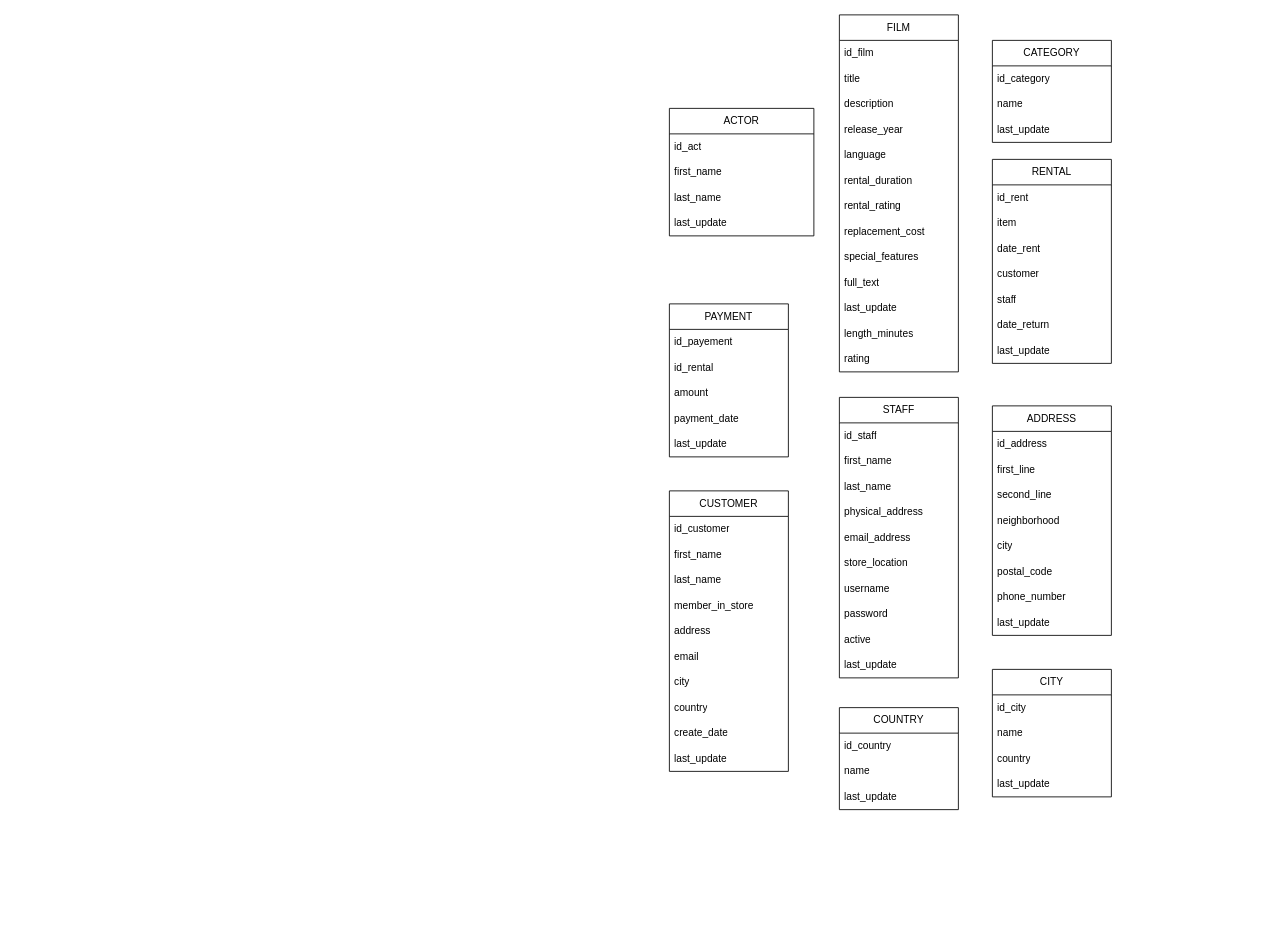
Before: Diagramme sans nom.drawio in DATAClub23/Data-Engineering-Project-I, a draw.io diagram. Source tidied: cells renumbered, new cells numbered last; positions are measured from the earlier drawing's top-left corner, leaving out a move shared by most shapes. Both pictures are drawn from the tidied source at 85%, with x=0, y=0 at pixel (669, 14).
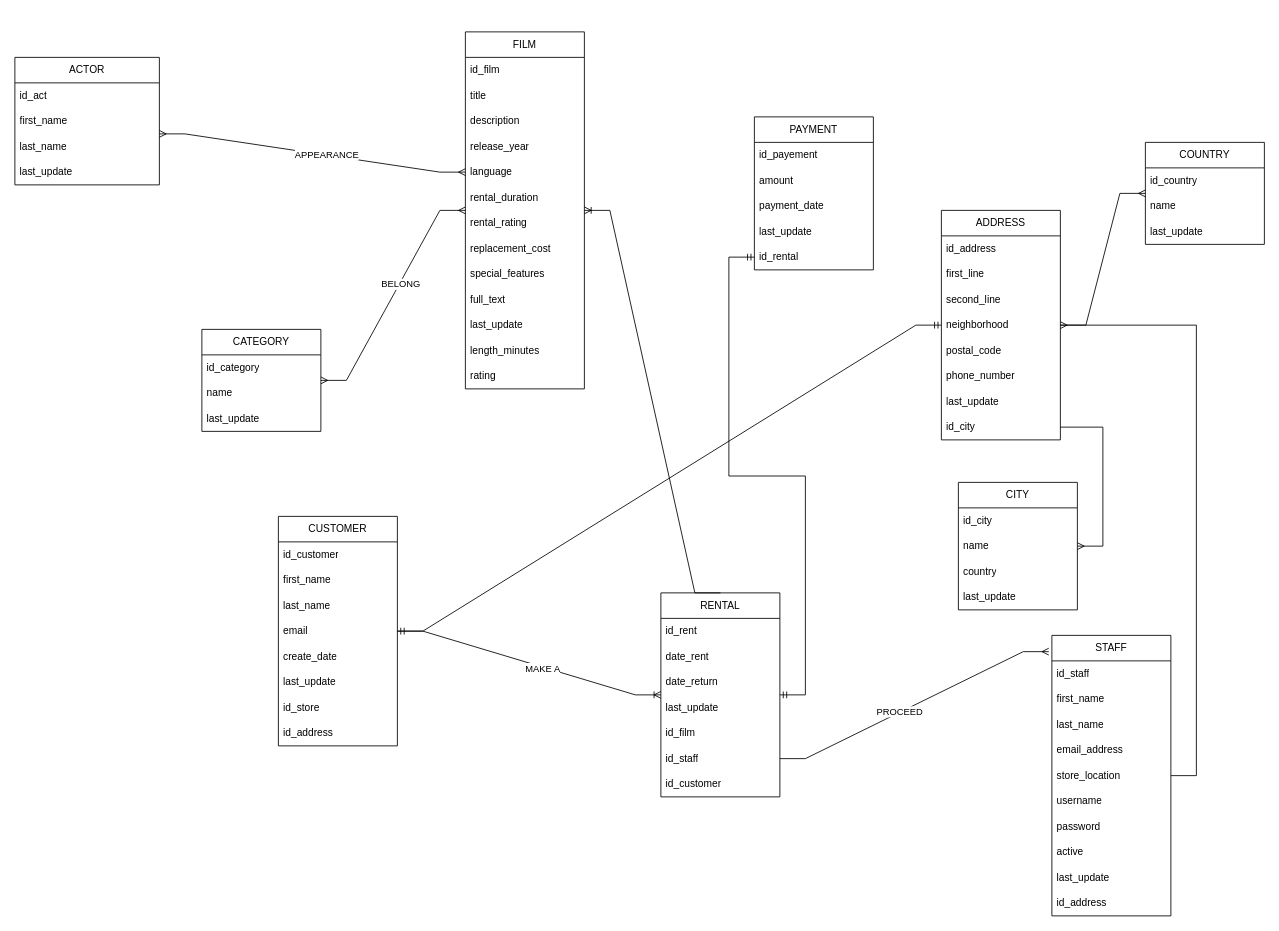
The same page after the edit.

The change refers to these unchanged cells:
```xml
<mxCell id="5" value="last_name" style="text;strokeColor=none;fillColor=none;align=left;verticalAlign=middle;spacingLeft=4;spacingRight=4;overflow=hidden;points=[[0,0.5],[1,0.5]];portConstraint=eastwest;whiteSpace=wrap;html=1;" parent="2" vertex="1">
  <mxGeometry y="90" width="170" height="30" as="geometry" />
</mxCell>
<mxCell id="12" value="language" style="text;strokeColor=none;fillColor=none;align=left;verticalAlign=middle;spacingLeft=4;spacingRight=4;overflow=hidden;points=[[0,0.5],[1,0.5]];portConstraint=eastwest;whiteSpace=wrap;html=1;" parent="7" vertex="1">
  <mxGeometry y="150" width="140" height="30" as="geometry" />
</mxCell>
```

What changed in the source:
```diff
@@
     <mxCell id="2" value="ACTOR" style="swimlane;fontStyle=0;horizontal=1;startSize=30;whiteSpace=wrap;html=1;" parent="1" vertex="1">
-      <mxGeometry y="110" width="170" height="150" as="geometry" />
+      <mxGeometry x="-770" y="50" width="170" height="150" as="geometry" />
     </mxCell>
@@
     <mxCell id="7" value="FILM" style="swimlane;fontStyle=0;horizontal=1;startSize=30;whiteSpace=wrap;html=1;" parent="1" vertex="1">
-      <mxGeometry x="200" width="140" height="420" as="geometry" />
+      <mxGeometry x="-240" y="20" width="140" height="420" as="geometry" />
     </mxCell>
@@
     <mxCell id="21" value="CATEGORY" style="swimlane;fontStyle=0;horizontal=1;startSize=30;whiteSpace=wrap;html=1;" parent="1" vertex="1">
-      <mxGeometry x="380" y="30" width="140" height="120" as="geometry" />
+      <mxGeometry x="-550" y="370" width="140" height="120" as="geometry" />
     </mxCell>
@@
     <mxCell id="25" value="RENTAL" style="swimlane;fontStyle=0;horizontal=1;startSize=30;whiteSpace=wrap;html=1;" parent="1" vertex="1">
-      <mxGeometry x="380" y="170" width="140" height="240" as="geometry" />
+      <mxGeometry x="-10" y="680" width="140" height="240" as="geometry" />
     </mxCell>
@@
-    <mxCell id="27" value="item" style="text;strokeColor=none;fillColor=none;align=left;verticalAlign=middle;spacingLeft=4;spacingRight=4;overflow=hidden;whiteSpace=wrap;html=1;" parent="25" vertex="1">
-      <mxGeometry y="60" width="140" height="30" as="geometry" />
-    </mxCell>
     <mxCell id="28" value="date_rent" style="text;strokeColor=none;fillColor=none;align=left;verticalAlign=middle;spacingLeft=4;spacingRight=4;overflow=hidden;whiteSpace=wrap;html=1;" parent="25" vertex="1">
-      <mxGeometry y="90" width="140" height="30" as="geometry" />
+      <mxGeometry y="60" width="140" height="30" as="geometry" />
     </mxCell>
-    <mxCell id="29" value="customer" style="text;strokeColor=none;fillColor=none;align=left;verticalAlign=middle;spacingLeft=4;spacingRight=4;overflow=hidden;whiteSpace=wrap;html=1;" parent="25" vertex="1">
-      <mxGeometry y="120" width="140" height="30" as="geometry" />
-    </mxCell>
-    <mxCell id="30" value="staff" style="text;strokeColor=none;fillColor=none;align=left;verticalAlign=middle;spacingLeft=4;spacingRight=4;overflow=hidden;points=[[0,0.5],[1,0.5]];portConstraint=eastwest;whiteSpace=wrap;html=1;" parent="25" vertex="1">
-      <mxGeometry y="150" width="140" height="30" as="geometry" />
-    </mxCell>
     <mxCell id="31" value="date_return" style="text;strokeColor=none;fillColor=none;align=left;verticalAlign=middle;spacingLeft=4;spacingRight=4;overflow=hidden;whiteSpace=wrap;html=1;" parent="25" vertex="1">
-      <mxGeometry y="180" width="140" height="30" as="geometry" />
+      <mxGeometry y="90" width="140" height="30" as="geometry" />
     </mxCell>
     <mxCell id="32" value="last_update" style="text;strokeColor=none;fillColor=none;align=left;verticalAlign=middle;spacingLeft=4;spacingRight=4;overflow=hidden;whiteSpace=wrap;html=1;" parent="25" vertex="1">
-      <mxGeometry y="210" width="140" height="30" as="geometry" />
+      <mxGeometry y="120" width="140" height="30" as="geometry" />
     </mxCell>
+    <mxCell id="27" value="id_film" style="text;strokeColor=none;fillColor=none;align=left;verticalAlign=middle;spacingLeft=4;spacingRight=4;overflow=hidden;whiteSpace=wrap;html=1;" parent="25" vertex="1">
+      <mxGeometry y="150" width="140" height="30" as="geometry" />
+    </mxCell>
+    <mxCell id="30" value="id_staff" style="text;strokeColor=none;fillColor=none;align=left;verticalAlign=middle;spacingLeft=4;spacingRight=4;overflow=hidden;points=[[0,0.5],[1,0.5]];portConstraint=eastwest;whiteSpace=wrap;html=1;" parent="25" vertex="1">
+      <mxGeometry y="180" width="140" height="30" as="geometry" />
+    </mxCell>
+    <mxCell id="29" value="id_customer" style="text;strokeColor=none;fillColor=none;align=left;verticalAlign=middle;spacingLeft=4;spacingRight=4;overflow=hidden;whiteSpace=wrap;html=1;" parent="25" vertex="1">
+      <mxGeometry y="210" width="140" height="30" as="geometry" />
+    </mxCell>
     <mxCell id="33" value="PAYMENT" style="swimlane;fontStyle=0;horizontal=1;startSize=30;whiteSpace=wrap;html=1;" parent="1" vertex="1">
-      <mxGeometry y="340" width="140" height="180" as="geometry" />
+      <mxGeometry x="100" y="120" width="140" height="180" as="geometry" />
     </mxCell>
@@
-    <mxCell id="35" value="id_rental" style="text;strokeColor=none;fillColor=none;align=left;verticalAlign=middle;spacingLeft=4;spacingRight=4;overflow=hidden;whiteSpace=wrap;html=1;" parent="33" vertex="1">
-      <mxGeometry y="60" width="140" height="30" as="geometry" />
-    </mxCell>
     <mxCell id="36" value="amount" style="text;strokeColor=none;fillColor=none;align=left;verticalAlign=middle;spacingLeft=4;spacingRight=4;overflow=hidden;whiteSpace=wrap;html=1;" parent="33" vertex="1">
-      <mxGeometry y="90" width="140" height="30" as="geometry" />
+      <mxGeometry y="60" width="140" height="30" as="geometry" />
     </mxCell>
     <mxCell id="37" value="payment_date" style="text;strokeColor=none;fillColor=none;align=left;verticalAlign=middle;spacingLeft=4;spacingRight=4;overflow=hidden;whiteSpace=wrap;html=1;" parent="33" vertex="1">
-      <mxGeometry y="120" width="140" height="30" as="geometry" />
+      <mxGeometry y="90" width="140" height="30" as="geometry" />
     </mxCell>
     <mxCell id="38" value="last_update" style="text;strokeColor=none;fillColor=none;align=left;verticalAlign=middle;spacingLeft=4;spacingRight=4;overflow=hidden;whiteSpace=wrap;html=1;" parent="33" vertex="1">
-      <mxGeometry y="150" width="140" height="30" as="geometry" />
+      <mxGeometry y="120" width="140" height="30" as="geometry" />
     </mxCell>
+    <mxCell id="35" value="id_rental" style="text;strokeColor=none;fillColor=none;align=left;verticalAlign=middle;spacingLeft=4;spacingRight=4;overflow=hidden;whiteSpace=wrap;html=1;" parent="33" vertex="1">
+      <mxGeometry y="150" width="140" height="30" as="geometry" />
+    </mxCell>
     <mxCell id="39" value="STAFF" style="swimlane;fontStyle=0;horizontal=1;startSize=30;whiteSpace=wrap;html=1;" parent="1" vertex="1">
-      <mxGeometry x="200" y="450" width="140" height="330" as="geometry" />
+      <mxGeometry x="450" y="730" width="140" height="330" as="geometry" />
     </mxCell>
@@
-    <mxCell id="43" value="physical_address" style="text;strokeColor=none;fillColor=none;align=left;verticalAlign=middle;spacingLeft=4;spacingRight=4;overflow=hidden;whiteSpace=wrap;html=1;" parent="39" vertex="1">
-      <mxGeometry y="120" width="140" height="30" as="geometry" />
-    </mxCell>
     <mxCell id="44" value="email_address" style="text;strokeColor=none;fillColor=none;align=left;verticalAlign=middle;spacingLeft=4;spacingRight=4;overflow=hidden;whiteSpace=wrap;html=1;" parent="39" vertex="1">
-      <mxGeometry y="150" width="140" height="30" as="geometry" />
+      <mxGeometry y="120" width="140" height="30" as="geometry" />
     </mxCell>
     <mxCell id="45" value="store_location" style="text;strokeColor=none;fillColor=none;align=left;verticalAlign=middle;spacingLeft=4;spacingRight=4;overflow=hidden;whiteSpace=wrap;html=1;" parent="39" vertex="1">
-      <mxGeometry y="180" width="140" height="30" as="geometry" />
+      <mxGeometry y="150" width="140" height="30" as="geometry" />
     </mxCell>
     <mxCell id="46" value="username" style="text;strokeColor=none;fillColor=none;align=left;verticalAlign=middle;spacingLeft=4;spacingRight=4;overflow=hidden;whiteSpace=wrap;html=1;" parent="39" vertex="1">
-      <mxGeometry y="210" width="140" height="30" as="geometry" />
+      <mxGeometry y="180" width="140" height="30" as="geometry" />
     </mxCell>
     <mxCell id="47" value="password" style="text;strokeColor=none;fillColor=none;align=left;verticalAlign=middle;spacingLeft=4;spacingRight=4;overflow=hidden;whiteSpace=wrap;html=1;" parent="39" vertex="1">
-      <mxGeometry y="240" width="140" height="30" as="geometry" />
+      <mxGeometry y="210" width="140" height="30" as="geometry" />
     </mxCell>
     <mxCell id="48" value="active" style="text;strokeColor=none;fillColor=none;align=left;verticalAlign=middle;spacingLeft=4;spacingRight=4;overflow=hidden;whiteSpace=wrap;html=1;" parent="39" vertex="1">
-      <mxGeometry y="270" width="140" height="30" as="geometry" />
+      <mxGeometry y="240" width="140" height="30" as="geometry" />
     </mxCell>
     <mxCell id="49" value="last_update" style="text;strokeColor=none;fillColor=none;align=left;verticalAlign=middle;spacingLeft=4;spacingRight=4;overflow=hidden;whiteSpace=wrap;html=1;" parent="39" vertex="1">
-      <mxGeometry y="300" width="140" height="30" as="geometry" />
+      <mxGeometry y="270" width="140" height="30" as="geometry" />
     </mxCell>
+    <mxCell id="43" value="id_address" style="text;strokeColor=none;fillColor=none;align=left;verticalAlign=middle;spacingLeft=4;spacingRight=4;overflow=hidden;whiteSpace=wrap;html=1;" parent="39" vertex="1">
+      <mxGeometry y="300" width="140" height="30" as="geometry" />
+    </mxCell>
     <mxCell id="50" value="CUSTOMER" style="swimlane;fontStyle=0;horizontal=1;startSize=30;whiteSpace=wrap;html=1;" parent="1" vertex="1">
-      <mxGeometry y="560" width="140" height="330" as="geometry" />
+      <mxGeometry x="-460" y="590" width="140" height="270" as="geometry" />
     </mxCell>
@@
+    <mxCell id="56" value="email" style="text;strokeColor=none;fillColor=none;align=left;verticalAlign=middle;spacingLeft=4;spacingRight=4;overflow=hidden;whiteSpace=wrap;html=1;" parent="50" vertex="1">
+      <mxGeometry y="120" width="140" height="30" as="geometry" />
+    </mxCell>
+    <mxCell id="59" value="create_date" style="text;strokeColor=none;fillColor=none;align=left;verticalAlign=middle;spacingLeft=4;spacingRight=4;overflow=hidden;whiteSpace=wrap;html=1;" parent="50" vertex="1">
+      <mxGeometry y="150" width="140" height="30" as="geometry" />
+    </mxCell>
+    <mxCell id="60" value="last_update" style="text;strokeColor=none;fillColor=none;align=left;verticalAlign=middle;spacingLeft=4;spacingRight=4;overflow=hidden;whiteSpace=wrap;html=1;" parent="50" vertex="1">
+      <mxGeometry y="180" width="140" height="30" as="geometry" />
+    </mxCell>
-    <mxCell id="54" value="member_in_store" style="text;strokeColor=none;fillColor=none;align=left;verticalAlign=middle;spacingLeft=4;spacingRight=4;overflow=hidden;whiteSpace=wrap;html=1;" parent="50" vertex="1">
-      <mxGeometry y="120" width="140" height="30" as="geometry" />
+    <mxCell id="54" value="id_store&lt;br&gt;" style="text;strokeColor=none;fillColor=none;align=left;verticalAlign=middle;spacingLeft=4;spacingRight=4;overflow=hidden;whiteSpace=wrap;html=1;" parent="50" vertex="1">
+      <mxGeometry y="210" width="140" height="30" as="geometry" />
     </mxCell>
-    <mxCell id="55" value="address" style="text;strokeColor=none;fillColor=none;align=left;verticalAlign=middle;spacingLeft=4;spacingRight=4;overflow=hidden;whiteSpace=wrap;html=1;" parent="50" vertex="1">
-      <mxGeometry y="150" width="140" height="30" as="geometry" />
+    <mxCell id="55" value="id_address" style="text;strokeColor=none;fillColor=none;align=left;verticalAlign=middle;spacingLeft=4;spacingRight=4;overflow=hidden;whiteSpace=wrap;html=1;" parent="50" vertex="1">
+      <mxGeometry y="240" width="140" height="30" as="geometry" />
     </mxCell>
-    <mxCell id="56" value="email" style="text;strokeColor=none;fillColor=none;align=left;verticalAlign=middle;spacingLeft=4;spacingRight=4;overflow=hidden;whiteSpace=wrap;html=1;" parent="50" vertex="1">
-      <mxGeometry y="180" width="140" height="30" as="geometry" />
-    </mxCell>
-    <mxCell id="57" value="city" style="text;strokeColor=none;fillColor=none;align=left;verticalAlign=middle;spacingLeft=4;spacingRight=4;overflow=hidden;whiteSpace=wrap;html=1;" parent="50" vertex="1">
-      <mxGeometry y="210" width="140" height="30" as="geometry" />
-    </mxCell>
-    <mxCell id="58" value="country" style="text;strokeColor=none;fillColor=none;align=left;verticalAlign=middle;spacingLeft=4;spacingRight=4;overflow=hidden;whiteSpace=wrap;html=1;" parent="50" vertex="1">
-      <mxGeometry y="240" width="140" height="30" as="geometry" />
-    </mxCell>
-    <mxCell id="59" value="create_date" style="text;strokeColor=none;fillColor=none;align=left;verticalAlign=middle;spacingLeft=4;spacingRight=4;overflow=hidden;whiteSpace=wrap;html=1;" parent="50" vertex="1">
-      <mxGeometry y="270" width="140" height="30" as="geometry" />
-    </mxCell>
-    <mxCell id="60" value="last_update" style="text;strokeColor=none;fillColor=none;align=left;verticalAlign=middle;spacingLeft=4;spacingRight=4;overflow=hidden;whiteSpace=wrap;html=1;" parent="50" vertex="1">
-      <mxGeometry y="300" width="140" height="30" as="geometry" />
-    </mxCell>
     <mxCell id="61" value="ADDRESS" style="swimlane;fontStyle=0;horizontal=1;startSize=30;whiteSpace=wrap;html=1;" parent="1" vertex="1">
-      <mxGeometry x="380" y="460" width="140" height="270" as="geometry" />
+      <mxGeometry x="320" y="230" width="140" height="270" as="geometry" />
     </mxCell>
@@
-    <mxCell id="66" value="city" style="text;strokeColor=none;fillColor=none;align=left;verticalAlign=middle;spacingLeft=4;spacingRight=4;overflow=hidden;points=[[0,0.5],[1,0.5]];portConstraint=eastwest;whiteSpace=wrap;html=1;" parent="61" vertex="1">
-      <mxGeometry y="150" width="140" height="30" as="geometry" />
-    </mxCell>
     <mxCell id="67" value="postal_code" style="text;strokeColor=none;fillColor=none;align=left;verticalAlign=middle;spacingLeft=4;spacingRight=4;overflow=hidden;whiteSpace=wrap;html=1;" parent="61" vertex="1">
-      <mxGeometry y="180" width="140" height="30" as="geometry" />
+      <mxGeometry y="150" width="140" height="30" as="geometry" />
     </mxCell>
     <mxCell id="68" value="phone_number" style="text;strokeColor=none;fillColor=none;align=left;verticalAlign=middle;spacingLeft=4;spacingRight=4;overflow=hidden;whiteSpace=wrap;html=1;" parent="61" vertex="1">
-      <mxGeometry y="210" width="140" height="30" as="geometry" />
+      <mxGeometry y="180" width="140" height="30" as="geometry" />
     </mxCell>
     <mxCell id="69" value="last_update" style="text;strokeColor=none;fillColor=none;align=left;verticalAlign=middle;spacingLeft=4;spacingRight=4;overflow=hidden;whiteSpace=wrap;html=1;" parent="61" vertex="1">
-      <mxGeometry y="240" width="140" height="30" as="geometry" />
+      <mxGeometry y="210" width="140" height="30" as="geometry" />
     </mxCell>
+    <mxCell id="66" value="id_city" style="text;strokeColor=none;fillColor=none;align=left;verticalAlign=middle;spacingLeft=4;spacingRight=4;overflow=hidden;points=[[0,0.5],[1,0.5]];portConstraint=eastwest;whiteSpace=wrap;html=1;" parent="61" vertex="1">
+      <mxGeometry y="240" width="140" height="30" as="geometry" />
+    </mxCell>
     <mxCell id="70" value="CITY" style="swimlane;fontStyle=0;horizontal=1;startSize=30;whiteSpace=wrap;html=1;" parent="1" vertex="1">
-      <mxGeometry x="380" y="770" width="140" height="150" as="geometry" />
+      <mxGeometry x="340" y="550" width="140" height="150" as="geometry" />
     </mxCell>
@@
     <mxCell id="75" value="COUNTRY" style="swimlane;fontStyle=0;horizontal=1;startSize=30;whiteSpace=wrap;html=1;" parent="1" vertex="1">
-      <mxGeometry x="200" y="815" width="140" height="120" as="geometry" />
+      <mxGeometry x="560" y="150" width="140" height="120" as="geometry" />
     </mxCell>
@@
+    <mxCell id="79" style="edgeStyle=entityRelationEdgeStyle;fontSize=12;html=1;endArrow=ERmany;startArrow=ERmany;rounded=0;exitX=1;exitY=0;exitDx=0;exitDy=0;exitPerimeter=0;entryX=0;entryY=0.5;entryDx=0;entryDy=0;" parent="1" edge="1" source="5" target="12">
+      <mxGeometry relative="1" as="geometry" />
+    </mxCell>
+    <mxCell id="80" value="APPEARANCE" style="edgeLabel;html=1;align=center;verticalAlign=middle;" parent="79" vertex="1">
+      <mxGeometry x="0.09" relative="1" as="geometry" />
+    </mxCell>
+    <mxCell id="81" style="edgeStyle=entityRelationEdgeStyle;fontSize=12;html=1;endArrow=ERmany;startArrow=ERmany;rounded=0;" parent="1" edge="1" source="21" target="7">
+      <mxGeometry relative="1" as="geometry" />
+    </mxCell>
+    <mxCell id="82" value="BELONG" style="edgeLabel;html=1;align=center;verticalAlign=middle;" parent="81" vertex="1">
+      <mxGeometry x="0.12" relative="1" as="geometry">
+        <mxPoint y="1" as="offset" />
+      </mxGeometry>
+    </mxCell>
+    <mxCell id="83" style="edgeStyle=entityRelationEdgeStyle;fontSize=12;html=1;endArrow=ERoneToMany;rounded=0;" parent="1" edge="1" source="50" target="25">
+      <mxGeometry relative="1" as="geometry" />
+    </mxCell>
+    <mxCell id="84" value="MAKE A" style="edgeLabel;html=1;align=center;verticalAlign=middle;" parent="83" vertex="1">
+      <mxGeometry x="0.1" y="-1" relative="1" as="geometry" />
+    </mxCell>
+    <mxCell id="85" style="edgeStyle=entityRelationEdgeStyle;fontSize=12;html=1;endArrow=ERmandOne;startArrow=ERmandOne;rounded=0;" parent="1" edge="1" source="25">
+      <mxGeometry relative="1" as="geometry">
+        <mxPoint x="100" y="285" as="targetPoint" />
+      </mxGeometry>
+    </mxCell>
+    <mxCell id="86" style="edgeStyle=entityRelationEdgeStyle;fontSize=12;html=1;endArrow=ERoneToMany;rounded=0;exitX=0.5;exitY=0;exitDx=0;exitDy=0;" parent="1" edge="1" source="25" target="7">
+      <mxGeometry relative="1" as="geometry" />
+    </mxCell>
+    <mxCell id="87" style="edgeStyle=entityRelationEdgeStyle;fontSize=12;html=1;endArrow=ERmany;rounded=0;entryX=-0.026;entryY=0.058;entryDx=0;entryDy=0;entryPerimeter=0;exitX=1;exitY=0.5;exitDx=0;exitDy=0;" parent="1" edge="1" source="30" target="39">
+      <mxGeometry relative="1" as="geometry" />
+    </mxCell>
+    <mxCell id="88" value="PROCEED" style="edgeLabel;html=1;align=center;verticalAlign=middle;" parent="87" vertex="1">
+      <mxGeometry x="-0.11" y="1" relative="1" as="geometry" />
+    </mxCell>
+    <mxCell id="89" style="edgeStyle=entityRelationEdgeStyle;fontSize=12;html=1;endArrow=ERmany;rounded=0;exitX=1;exitY=0.5;exitDx=0;exitDy=0;" parent="1" edge="1" source="66" target="70">
+      <mxGeometry relative="1" as="geometry" />
+    </mxCell>
+    <mxCell id="90" style="edgeStyle=entityRelationEdgeStyle;fontSize=12;html=1;endArrow=ERmany;rounded=0;" parent="1" edge="1" source="61" target="75">
+      <mxGeometry relative="1" as="geometry" />
+    </mxCell>
+    <mxCell id="91" style="edgeStyle=entityRelationEdgeStyle;fontSize=12;html=1;endArrow=ERmany;rounded=0;" parent="1" edge="1" source="39" target="61">
+      <mxGeometry relative="1" as="geometry" />
+    </mxCell>
+    <mxCell id="92" style="edgeStyle=entityRelationEdgeStyle;fontSize=12;html=1;endArrow=ERmandOne;startArrow=ERmandOne;rounded=0;" parent="1" edge="1" source="50" target="61">
+      <mxGeometry relative="1" as="geometry" />
+    </mxCell>
```
